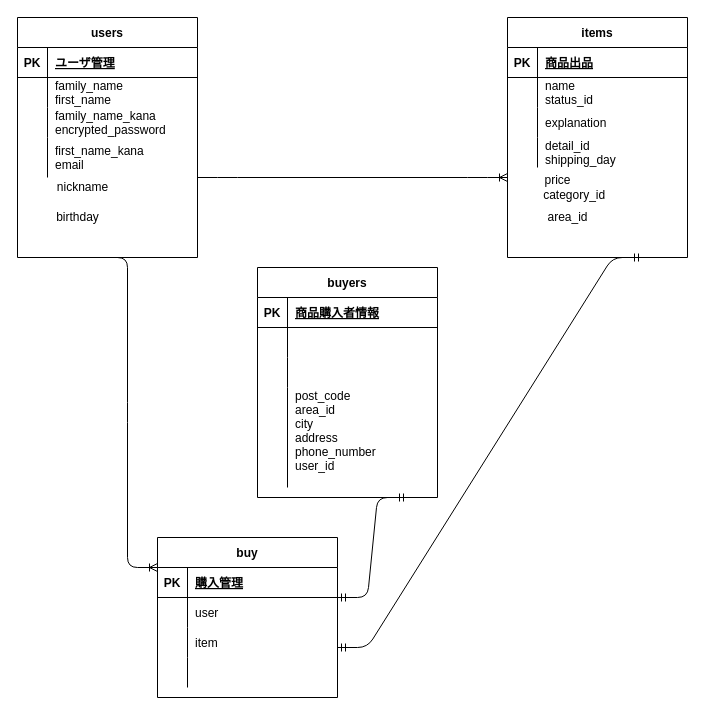
sakaki38/furima-36023 keeps this draw.io diagram as ER図.dio. Above is the earlier version. Source tidied: cells renumbered, new cells numbered last; positions are measured from the earlier drawing's top-left corner, leaving out a move shared by most shapes. Both pictures are drawn from the tidied source at 100%, with x=0, y=0 at pixel (17, 17).
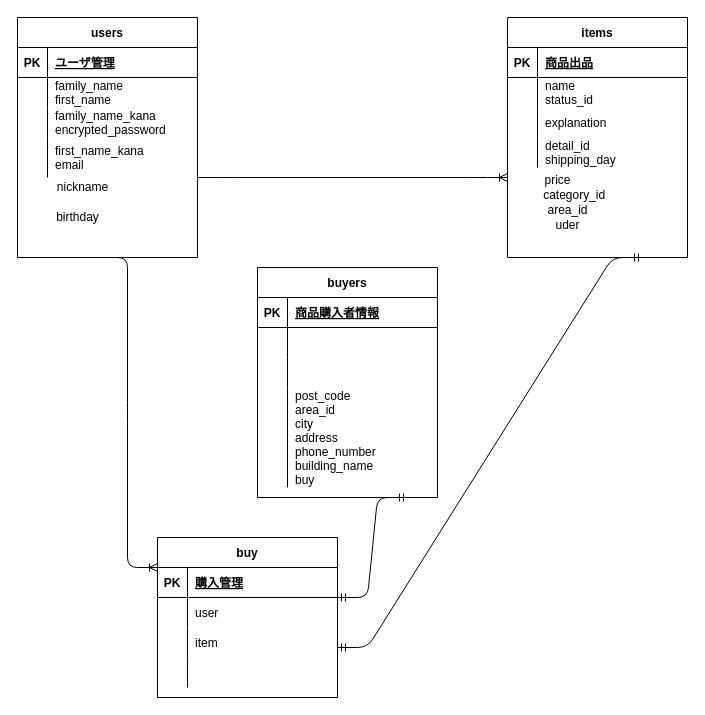
After the change.

The change refers to these unchanged cells:
```xml
<mxCell id="25" style="shape=partialRectangle;fillColor=none;top=0;left=0;bottom=0;right=0;" parent="15" vertex="1">
  <mxGeometry y="120" width="180" height="100" as="geometry" />
</mxCell>
```

Change to the diagram source:
```diff
@@
-    <mxCell id="27" value="post_code&#10;area_id&#10;city&#10;address&#10;phone_number&#10;user_id&#10;" style="shape=partialRectangle;fillColor=none;top=0;left=0;bottom=0;right=0;align=left;spacingLeft=6;overflow=hidden;" parent="25" vertex="1">
+    <mxCell id="27" value="post_code&#10;area_id&#10;city&#10;address&#10;phone_number&#10;building_name&#10;buy" style="shape=partialRectangle;fillColor=none;top=0;left=0;bottom=0;right=0;align=left;spacingLeft=6;overflow=hidden;" parent="25" vertex="1">
       <mxGeometry x="30" width="150" height="100" as="geometry" />
     </mxCell>
@@
-    <mxCell id="45" value="area_id" style="text;html=1;align=center;verticalAlign=middle;strokeColor=none;" parent="1" vertex="1">
-      <mxGeometry x="520" y="190" width="60" height="20" as="geometry" />
+    <mxCell id="45" value="area_id&lt;br&gt;uder" style="text;html=1;align=center;verticalAlign=middle;strokeColor=none;" parent="1" vertex="1">
+      <mxGeometry x="520" y="185" width="60" height="30" as="geometry" />
     </mxCell>
```
